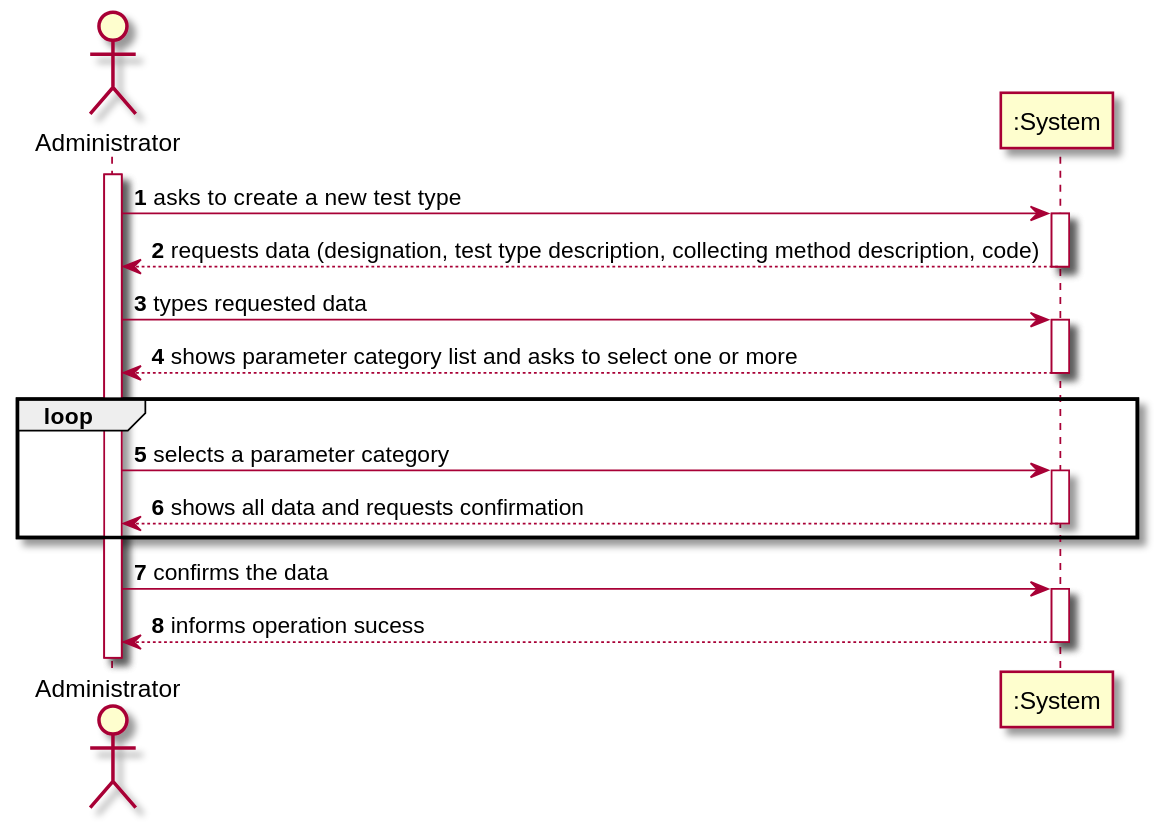
Above: docs/SprintB/US9_CreateTestType/US009_SSD.svg in Pedromaia26/LAPR2-ISEP (PlantUML), before the change. Its diagram source:
```plantuml
@startuml

autonumber

actor "Administrator" as A
participant ":System" as S
activate A

A -> S: asks to create a new test type
activate S
S --> A: requests data (designation, test type description, collecting method description, code)
deactivate S

A -> S: types requested data
activate S
S --> A: shows parameter category list and asks to select one or more
deactivate S

loop
A -> S: selects a parameter category
activate S
S --> A: shows all data and requests confirmation
deactivate S
end

A -> S: confirms the data
activate S
S --> A: informs operation sucess
deactivate S


@enduml
```
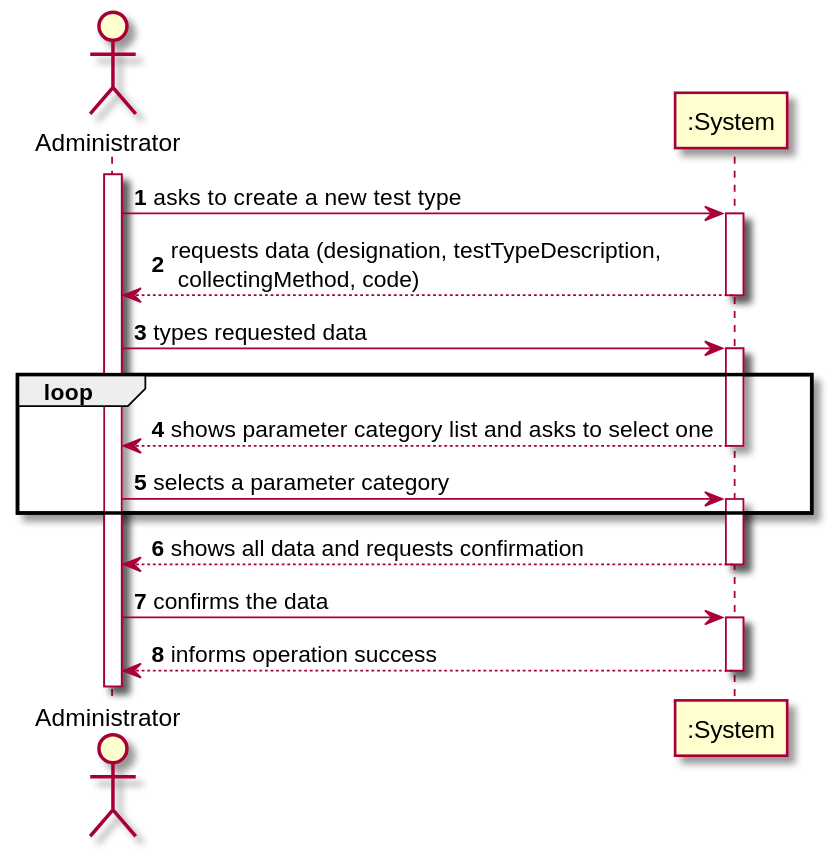
The same file after the commit.

Diff of the diagram source:
```diff
@@ -8,24 +8,25 @@
 
 A -> S: asks to create a new test type
 activate S
-S --> A: requests data (designation, test type description, collecting method description, code)
+S --> A: requests data (designation, testTypeDescription, \n collectingMethod, code)
 deactivate S
 
 A -> S: types requested data
 activate S
-S --> A: shows parameter category list and asks to select one or more
+
+loop
+S --> A: shows parameter category list and asks to select one
+deactivate S
+A -> S: selects a parameter category
+activate S
+end
+S --> A: shows all data and requests confirmation
 deactivate S
 
-loop
-A -> S: selects a parameter category
-activate S
-S --> A: shows all data and requests confirmation
-deactivate S
-end
 
 A -> S: confirms the data
 activate S
-S --> A: informs operation sucess
+S --> A: informs operation success
 deactivate S
 
 
```
